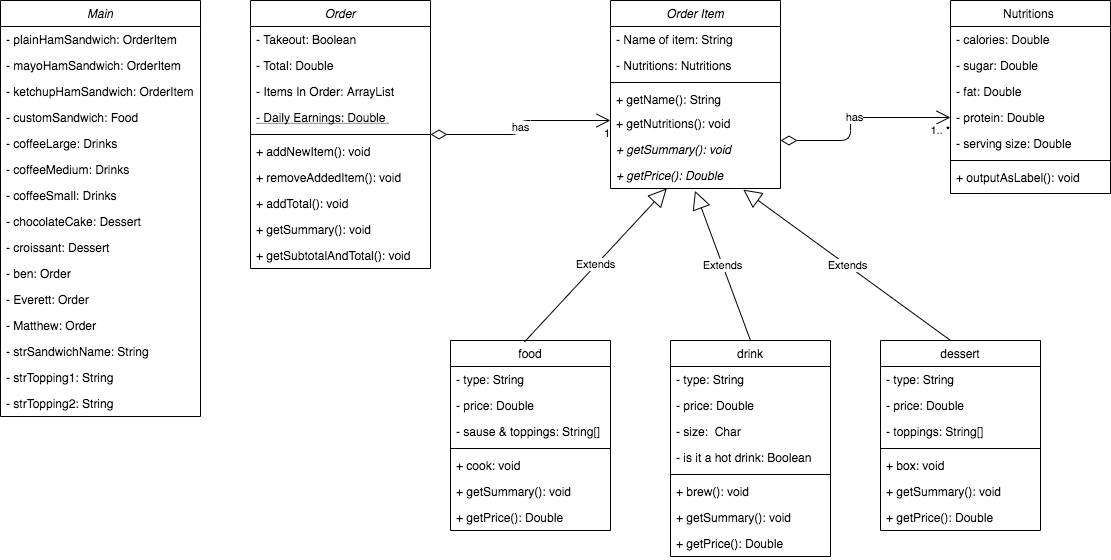
Earlier version of the draw.io export src/OOPDrawioKB.png (SACHSTech/ics4u-oop-assignment-KevinB-school). Source tidied: cells renumbered, new cells last; positions are measured from the earlier drawing's top-left corner, leaving out a move shared by most shapes.
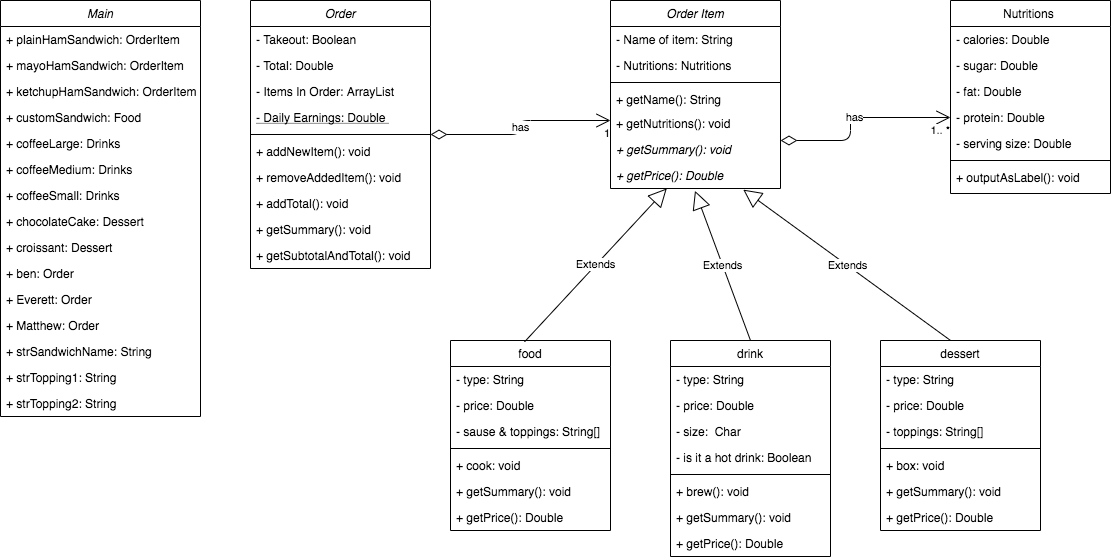
After the commit.

Commit message:
fixing diagram one last time

Change to the diagram source:
```diff
@@ -190,49 +190,49 @@
     <mxCell id="61" value="Main" style="swimlane;fontStyle=2;align=center;verticalAlign=top;horizontal=1;startSize=26;rounded=0;shadow=0;strokeWidth=1;" parent="1" vertex="1">
       <mxGeometry width="200" height="416" as="geometry" />
     </mxCell>
-    <mxCell id="62" value="- plainHamSandwich: OrderItem&#10; " style="text;align=left;verticalAlign=top;spacingLeft=4;spacingRight=4;overflow=hidden;" parent="61" vertex="1">
+    <mxCell id="62" value="+ plainHamSandwich: OrderItem&#10; " style="text;align=left;verticalAlign=top;spacingLeft=4;spacingRight=4;overflow=hidden;" parent="61" vertex="1">
       <mxGeometry y="26" width="200" height="26" as="geometry" />
     </mxCell>
-    <mxCell id="63" value="- mayoHamSandwich: OrderItem&#10; " style="text;align=left;verticalAlign=top;spacingLeft=4;spacingRight=4;overflow=hidden;" parent="61" vertex="1">
+    <mxCell id="63" value="+ mayoHamSandwich: OrderItem&#10; " style="text;align=left;verticalAlign=top;spacingLeft=4;spacingRight=4;overflow=hidden;" parent="61" vertex="1">
       <mxGeometry y="52" width="200" height="26" as="geometry" />
     </mxCell>
-    <mxCell id="64" value="- ketchupHamSandwich: OrderItem&#10; " style="text;align=left;verticalAlign=top;spacingLeft=4;spacingRight=4;overflow=hidden;" parent="61" vertex="1">
+    <mxCell id="64" value="+ ketchupHamSandwich: OrderItem&#10; " style="text;align=left;verticalAlign=top;spacingLeft=4;spacingRight=4;overflow=hidden;" parent="61" vertex="1">
       <mxGeometry y="78" width="200" height="26" as="geometry" />
     </mxCell>
-    <mxCell id="65" value="- customSandwich: Food" style="text;align=left;verticalAlign=top;spacingLeft=4;spacingRight=4;overflow=hidden;" parent="61" vertex="1">
+    <mxCell id="65" value="+ customSandwich: Food" style="text;align=left;verticalAlign=top;spacingLeft=4;spacingRight=4;overflow=hidden;" parent="61" vertex="1">
       <mxGeometry y="104" width="200" height="26" as="geometry" />
     </mxCell>
-    <mxCell id="66" value="- coffeeLarge: Drinks&#10; " style="text;align=left;verticalAlign=top;spacingLeft=4;spacingRight=4;overflow=hidden;" parent="61" vertex="1">
+    <mxCell id="66" value="+ coffeeLarge: Drinks&#10; " style="text;align=left;verticalAlign=top;spacingLeft=4;spacingRight=4;overflow=hidden;" parent="61" vertex="1">
       <mxGeometry y="130" width="200" height="26" as="geometry" />
     </mxCell>
-    <mxCell id="67" value="- coffeeMedium: Drinks&#10; " style="text;align=left;verticalAlign=top;spacingLeft=4;spacingRight=4;overflow=hidden;" parent="61" vertex="1">
+    <mxCell id="67" value="+ coffeeMedium: Drinks&#10; " style="text;align=left;verticalAlign=top;spacingLeft=4;spacingRight=4;overflow=hidden;" parent="61" vertex="1">
       <mxGeometry y="156" width="200" height="26" as="geometry" />
     </mxCell>
-    <mxCell id="68" value="- coffeeSmall: Drinks&#10; " style="text;align=left;verticalAlign=top;spacingLeft=4;spacingRight=4;overflow=hidden;" parent="61" vertex="1">
+    <mxCell id="68" value="+ coffeeSmall: Drinks&#10; " style="text;align=left;verticalAlign=top;spacingLeft=4;spacingRight=4;overflow=hidden;" parent="61" vertex="1">
       <mxGeometry y="182" width="200" height="26" as="geometry" />
     </mxCell>
-    <mxCell id="69" value="- chocolateCake: Dessert&#10; " style="text;align=left;verticalAlign=top;spacingLeft=4;spacingRight=4;overflow=hidden;" parent="61" vertex="1">
+    <mxCell id="69" value="+ chocolateCake: Dessert&#10; " style="text;align=left;verticalAlign=top;spacingLeft=4;spacingRight=4;overflow=hidden;" parent="61" vertex="1">
       <mxGeometry y="208" width="200" height="26" as="geometry" />
     </mxCell>
-    <mxCell id="70" value="- croissant: Dessert&#10; " style="text;align=left;verticalAlign=top;spacingLeft=4;spacingRight=4;overflow=hidden;" parent="61" vertex="1">
+    <mxCell id="70" value="+ croissant: Dessert&#10; " style="text;align=left;verticalAlign=top;spacingLeft=4;spacingRight=4;overflow=hidden;" parent="61" vertex="1">
       <mxGeometry y="234" width="200" height="26" as="geometry" />
     </mxCell>
-    <mxCell id="71" value="- ben: Order&#10; " style="text;align=left;verticalAlign=top;spacingLeft=4;spacingRight=4;overflow=hidden;" parent="61" vertex="1">
+    <mxCell id="71" value="+ ben: Order&#10; " style="text;align=left;verticalAlign=top;spacingLeft=4;spacingRight=4;overflow=hidden;" parent="61" vertex="1">
       <mxGeometry y="260" width="200" height="26" as="geometry" />
     </mxCell>
-    <mxCell id="72" value="- Everett: Order&#10; " style="text;align=left;verticalAlign=top;spacingLeft=4;spacingRight=4;overflow=hidden;" parent="61" vertex="1">
+    <mxCell id="72" value="+ Everett: Order&#10; " style="text;align=left;verticalAlign=top;spacingLeft=4;spacingRight=4;overflow=hidden;" parent="61" vertex="1">
       <mxGeometry y="286" width="200" height="26" as="geometry" />
     </mxCell>
-    <mxCell id="73" value="- Matthew: Order&#10; " style="text;align=left;verticalAlign=top;spacingLeft=4;spacingRight=4;overflow=hidden;" parent="61" vertex="1">
+    <mxCell id="73" value="+ Matthew: Order&#10; " style="text;align=left;verticalAlign=top;spacingLeft=4;spacingRight=4;overflow=hidden;" parent="61" vertex="1">
       <mxGeometry y="312" width="200" height="26" as="geometry" />
     </mxCell>
-    <mxCell id="74" value="- strSandwichName: String" style="text;align=left;verticalAlign=top;spacingLeft=4;spacingRight=4;overflow=hidden;" parent="61" vertex="1">
+    <mxCell id="74" value="+ strSandwichName: String" style="text;align=left;verticalAlign=top;spacingLeft=4;spacingRight=4;overflow=hidden;" parent="61" vertex="1">
       <mxGeometry y="338" width="200" height="26" as="geometry" />
     </mxCell>
-    <mxCell id="75" value="- strTopping1: String" style="text;align=left;verticalAlign=top;spacingLeft=4;spacingRight=4;overflow=hidden;" parent="61" vertex="1">
+    <mxCell id="75" value="+ strTopping1: String" style="text;align=left;verticalAlign=top;spacingLeft=4;spacingRight=4;overflow=hidden;" parent="61" vertex="1">
       <mxGeometry y="364" width="200" height="26" as="geometry" />
     </mxCell>
-    <mxCell id="76" value="- strTopping2: String" style="text;align=left;verticalAlign=top;spacingLeft=4;spacingRight=4;overflow=hidden;" parent="61" vertex="1">
+    <mxCell id="76" value="+ strTopping2: String" style="text;align=left;verticalAlign=top;spacingLeft=4;spacingRight=4;overflow=hidden;" parent="61" vertex="1">
       <mxGeometry y="390" width="200" height="26" as="geometry" />
     </mxCell>
   </root>
```
